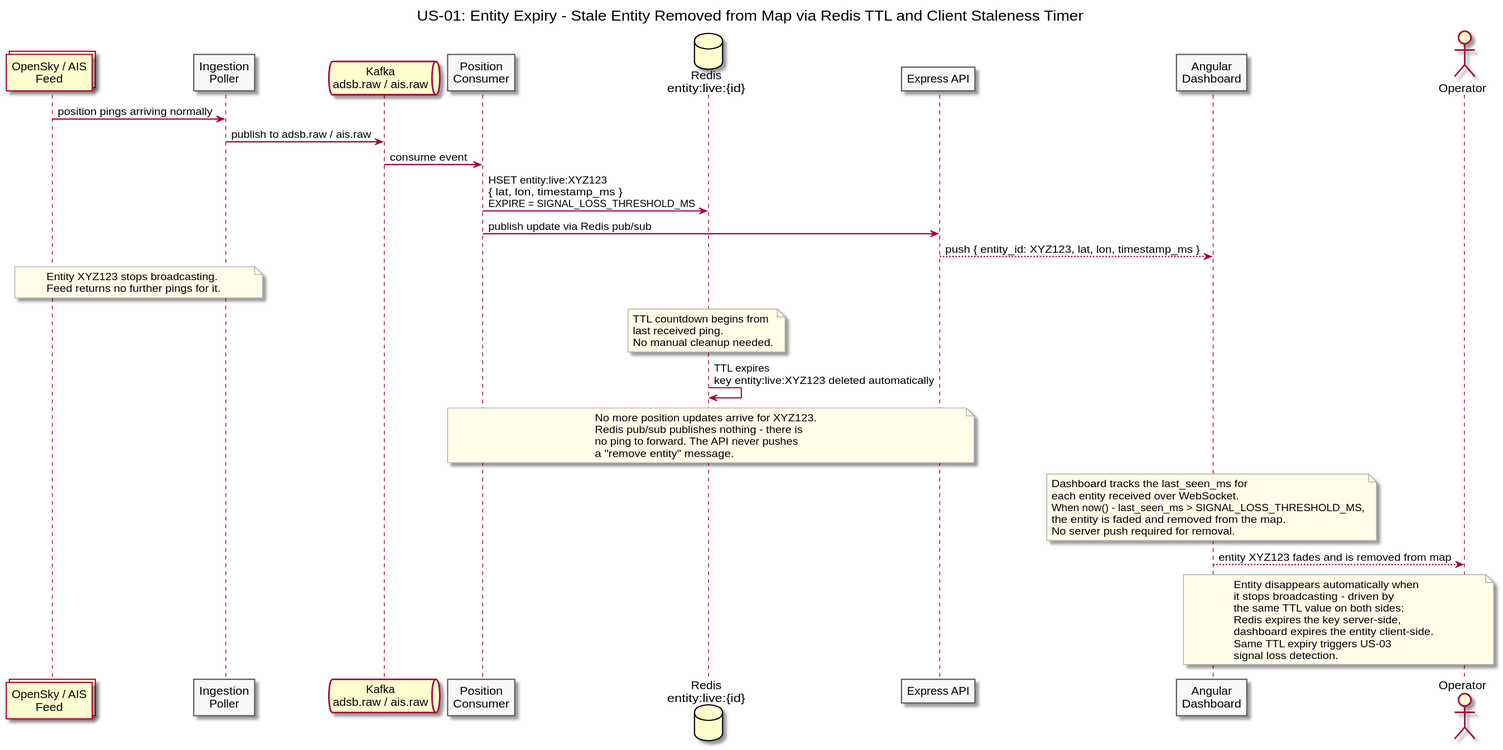
The PlantUML diagram diagrams/docs/use-cases/US-01-live-entity-tracking/entity-expiry.svg in Buffden/sentinel, before a commit.
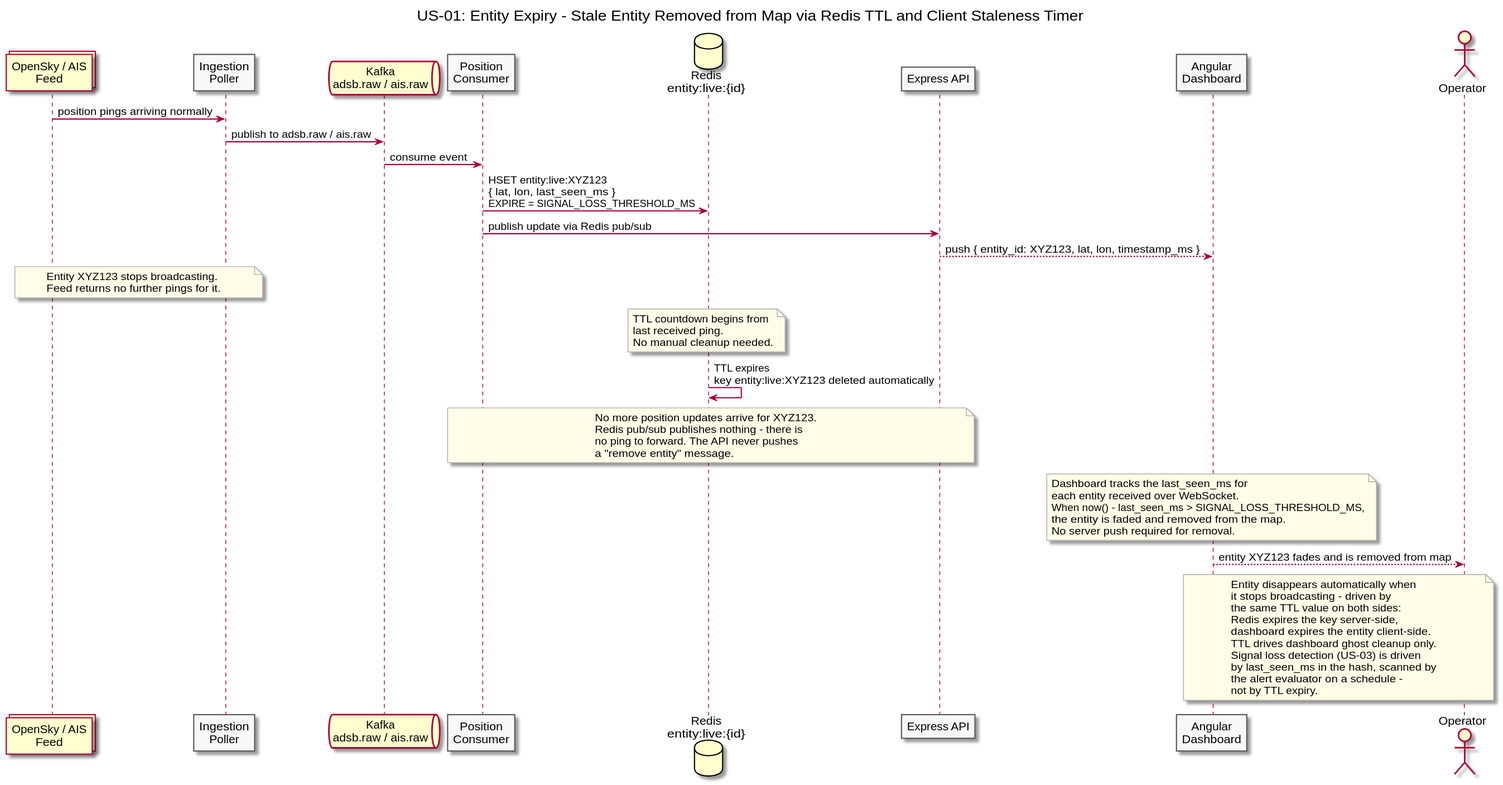
The same diagram one commit later.

Diff of the diagram source:
```diff
@@ -19,7 +19,7 @@
 Feed -> Poller : position pings arriving normally
 Poller -> Kafka : publish to adsb.raw / ais.raw
 Kafka -> Consumer : consume event
-Consumer -> Redis : HSET entity:live:XYZ123\n{ lat, lon, timestamp_ms }\nEXPIRE = SIGNAL_LOSS_THRESHOLD_MS
+Consumer -> Redis : HSET entity:live:XYZ123\n{ lat, lon, last_seen_ms }\nEXPIRE = SIGNAL_LOSS_THRESHOLD_MS
 Consumer -> API : publish update via Redis pub/sub
 API --> Dashboard : push { entity_id: XYZ123, lat, lon, timestamp_ms }
 
@@ -59,8 +59,11 @@
   the same TTL value on both sides:
   Redis expires the key server-side,
   dashboard expires the entity client-side.
-  Same TTL expiry triggers US-03
-  signal loss detection.
+  TTL drives dashboard ghost cleanup only.
+  Signal loss detection (US-03) is driven
+  by last_seen_ms in the hash, scanned by
+  the alert evaluator on a schedule -
+  not by TTL expiry.
 end note
 
 @enduml
```
